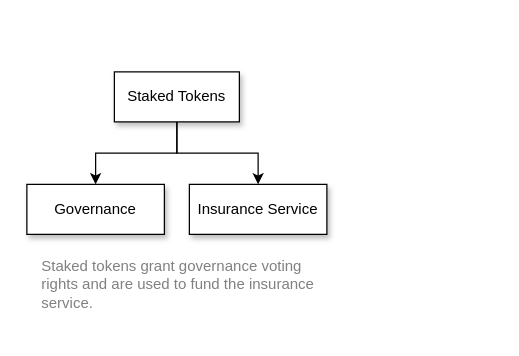
Above: docs/next/assets/diagrams/dao-pool-staking.drawio in api3dao/old-api3-docs (draw.io), before the change. Source tidied: cells renumbered, new cells numbered last; positions are measured from the earlier drawing's top-left corner, leaving out a move shared by most shapes. Both pictures are drawn from the tidied source at 125%, with x=0, y=0 at pixel (26, 71).
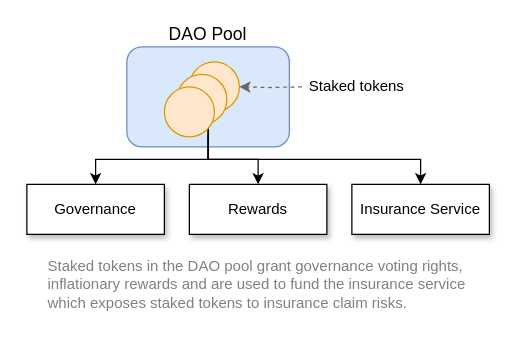
After the change.

The change refers to these unchanged cells:
```xml
<mxCell id="5" value="Governance" style="rounded=0;whiteSpace=wrap;html=1;shadow=1;" parent="1" vertex="1">
  <mxGeometry y="90" width="110" height="40" as="geometry" />
</mxCell>
```

The edit, as a diff of the source:
```diff
@@
-    <mxCell id="2" style="edgeStyle=orthogonalEdgeStyle;rounded=0;jettySize=auto;html=1;entryX=0.5;entryY=0;entryDx=0;entryDy=0;" parent="1" edge="1" source="4" target="5">
-      <mxGeometry relative="1" as="geometry" />
-    </mxCell>
-    <mxCell id="3" style="edgeStyle=orthogonalEdgeStyle;rounded=0;jettySize=auto;html=1;entryX=0.5;entryY=0;entryDx=0;entryDy=0;" parent="1" edge="1" source="4" target="6">
-      <mxGeometry relative="1" as="geometry" />
-    </mxCell>
-    <mxCell id="4" value="Staked Tokens" style="rounded=0;whiteSpace=wrap;html=1;shadow=1;" parent="1" vertex="1">
-      <mxGeometry x="70" width="100" height="40" as="geometry" />
-    </mxCell>
@@
-    <mxCell id="6" value="Insurance Service" style="rounded=0;whiteSpace=wrap;html=1;shadow=1;" parent="1" vertex="1">
+    <mxCell id="6" value="Rewards" style="rounded=0;whiteSpace=wrap;html=1;shadow=1;" parent="1" vertex="1">
       <mxGeometry x="130" y="90" width="110" height="40" as="geometry" />
     </mxCell>
-    <mxCell id="7" value="Staked tokens grant governance voting rights and are used to fund the insurance service." style="text;html=1;strokeColor=none;fillColor=none;align=left;verticalAlign=middle;whiteSpace=wrap;rounded=0;fontSize=12;fontColor=#808080;" parent="1" vertex="1">
-      <mxGeometry x="10" y="130" width="240" height="80" as="geometry" />
+    <mxCell id="7" value="Staked tokens in the DAO pool grant governance voting rights, inflationary rewards and are used to fund the insurance service which exposes staked tokens to insurance claim risks.&amp;nbsp;" style="text;html=1;strokeColor=none;fillColor=none;align=left;verticalAlign=middle;whiteSpace=wrap;rounded=0;fontSize=12;fontColor=#808080;" parent="1" vertex="1">
+      <mxGeometry x="15" y="130" width="360" height="80" as="geometry" />
     </mxCell>
+    <mxCell id="8" value="Insurance Service" style="rounded=0;whiteSpace=wrap;html=1;shadow=1;" parent="1" vertex="1">
+      <mxGeometry x="260" y="90" width="110" height="40" as="geometry" />
+    </mxCell>
+    <mxCell id="9" style="rounded=1;whiteSpace=wrap;html=1;fillColor=#dae8fc;strokeWidth=1;perimeterSpacing=0;strokeColor=#6c8ebf;" parent="1" vertex="1">
+      <mxGeometry x="80" y="-20" width="130" height="80" as="geometry" />
+    </mxCell>
+    <mxCell id="10" value="&lt;font style=&quot;font-size: 14px&quot;&gt;DAO Pool&lt;/font&gt;" style="text;html=1;strokeColor=none;fillColor=none;align=center;verticalAlign=middle;whiteSpace=wrap;rounded=0;" parent="1" vertex="1">
+      <mxGeometry x="95" y="-40" width="100" height="20" as="geometry" />
+    </mxCell>
+    <mxCell id="11" style="edgeStyle=orthogonalEdgeStyle;rounded=0;jettySize=auto;html=1;entryX=0.5;entryY=0;entryDx=0;entryDy=0;" parent="1" edge="1" source="14" target="6">
+      <mxGeometry relative="1" as="geometry">
+        <Array as="points">
+          <mxPoint x="145" y="70" />
+          <mxPoint x="185" y="70" />
+        </Array>
+      </mxGeometry>
+    </mxCell>
+    <mxCell id="12" style="edgeStyle=orthogonalEdgeStyle;rounded=0;jettySize=auto;html=1;entryX=0.5;entryY=0;entryDx=0;entryDy=0;" parent="1" edge="1" target="5">
+      <mxGeometry relative="1" as="geometry">
+        <mxPoint x="145" y="50" as="sourcePoint" />
+        <Array as="points">
+          <mxPoint x="145" y="70" />
+          <mxPoint x="55" y="70" />
+        </Array>
+      </mxGeometry>
+    </mxCell>
+    <mxCell id="13" style="edgeStyle=orthogonalEdgeStyle;rounded=0;jettySize=auto;html=1;exitX=0.5;exitY=1;exitDx=0;exitDy=0;entryX=0.5;entryY=0;entryDx=0;entryDy=0;" parent="1" edge="1" source="14" target="8">
+      <mxGeometry relative="1" as="geometry">
+        <Array as="points">
+          <mxPoint x="145" y="70" />
+          <mxPoint x="315" y="70" />
+        </Array>
+      </mxGeometry>
+    </mxCell>
+    <mxCell id="14" style="ellipse;whiteSpace=wrap;html=1;fillColor=#ffe6cc;strokeColor=#d79b00;" parent="1" vertex="1">
+      <mxGeometry x="130" y="-8" width="40" height="40" as="geometry" />
+    </mxCell>
+    <mxCell id="15" style="edgeStyle=orthogonalEdgeStyle;rounded=0;jettySize=auto;html=1;entryX=1;entryY=0.5;entryDx=0;entryDy=0;dashed=1;fillColor=#f5f5f5;strokeColor=#666666;" parent="1" edge="1" target="14">
+      <mxGeometry relative="1" as="geometry">
+        <mxPoint x="220" y="12" as="sourcePoint" />
+      </mxGeometry>
+    </mxCell>
+    <mxCell id="16" value="Staked tokens" style="text;html=1;strokeColor=none;fillColor=none;align=left;verticalAlign=middle;whiteSpace=wrap;rounded=0;" parent="1" vertex="1">
+      <mxGeometry x="224" y="2" width="90" height="20" as="geometry" />
+    </mxCell>
+    <mxCell id="17" style="ellipse;whiteSpace=wrap;html=1;fillColor=#ffe6cc;strokeColor=#d79b00;" parent="1" vertex="1">
+      <mxGeometry x="120" y="2" width="40" height="40" as="geometry" />
+    </mxCell>
+    <mxCell id="18" style="ellipse;whiteSpace=wrap;html=1;fillColor=#ffe6cc;strokeColor=#d79b00;" parent="1" vertex="1">
+      <mxGeometry x="110" y="12" width="40" height="40" as="geometry" />
+    </mxCell>
```
